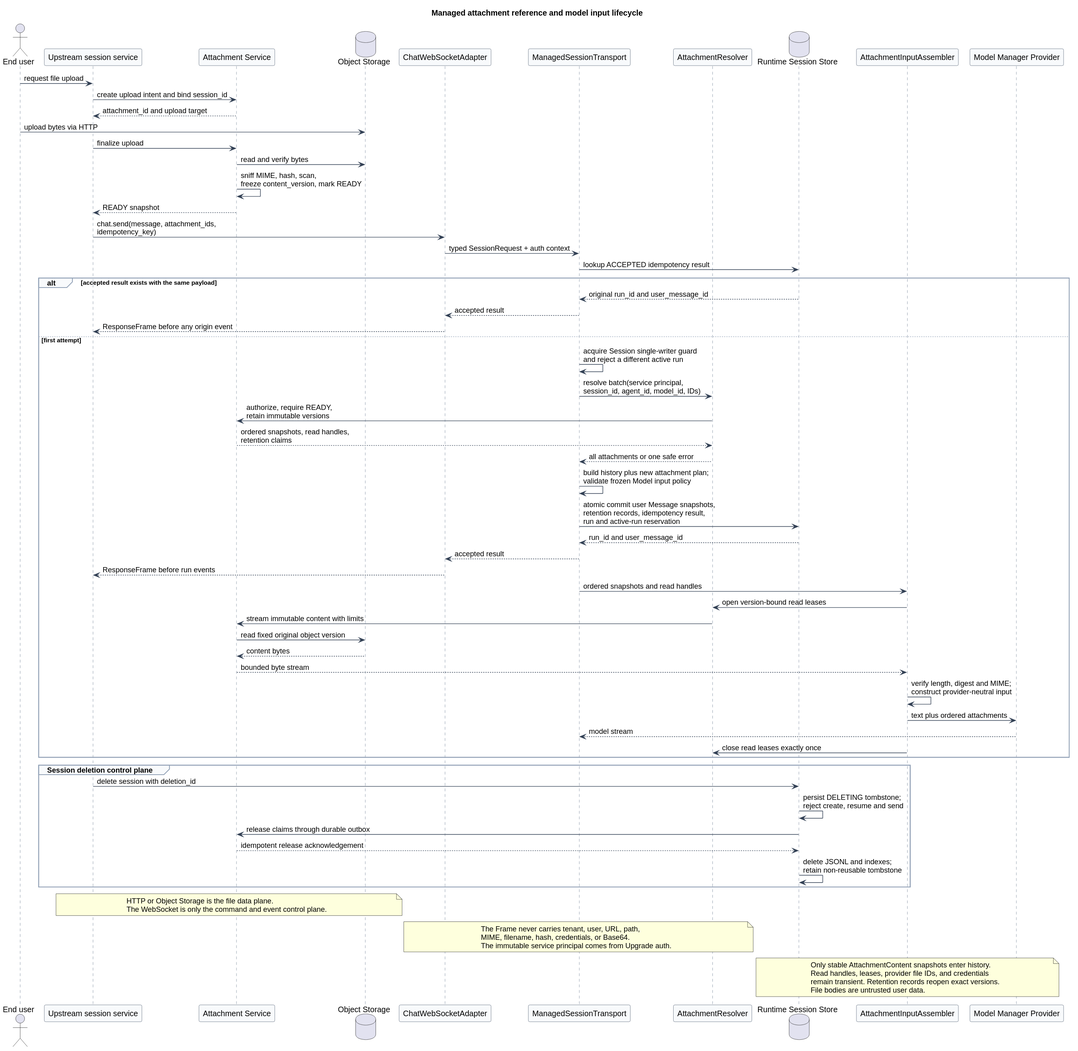
This is pi-mono-java-manager-driven-multi-agent-runtime/managed_attachment_reference_lifecycle.svg from superheromeZzh/pi-mono-java-design, a PlantUML export, as it was before one commit. Source of this version:
```plantuml
@startuml
title Managed attachment reference and model input lifecycle


skinparam backgroundColor #FFFFFF
skinparam shadowing false
skinparam defaultFontName Arial
skinparam sequence {
  ArrowColor #334155
  LifeLineBorderColor #64748B
  LifeLineBackgroundColor #F8FAFC
  ParticipantBorderColor #475569
  ParticipantBackgroundColor #F8FAFC
  GroupBorderColor #94A3B8
  GroupBackgroundColor #F8FAFC
}

actor "End user" as User
participant "Upstream session service" as Upstream
participant "Attachment Service" as Attach
database "Object Storage" as ObjectStore
participant "ChatWebSocketAdapter" as WS
participant "ManagedSessionTransport" as Transport
participant "AttachmentResolver" as Resolver
database "Runtime Session Store" as Store
participant "AttachmentInputAssembler" as Assembler
participant "Model Manager Provider" as Model

User -> Upstream : request file upload
Upstream -> Attach : create upload intent and bind session_id
Attach --> Upstream : attachment_id and upload target
User -> ObjectStore : upload bytes via HTTP
Upstream -> Attach : finalize upload
Attach -> ObjectStore : read and verify bytes
Attach -> Attach : sniff MIME, hash, scan,\nfreeze content_version, mark READY
Attach --> Upstream : READY snapshot

Upstream -> WS : chat.send(message, attachment_ids,\nidempotency_key)
WS -> Transport : typed SessionRequest + auth context
Transport -> Store : lookup ACCEPTED idempotency result

alt accepted result exists with the same payload
  Store --> Transport : original run_id and user_message_id
  Transport --> WS : accepted result
  WS --> Upstream : ResponseFrame before any origin event
else first attempt
  Transport -> Transport : acquire Session single-writer guard\nand reject a different active run
  Transport -> Resolver : resolve batch(service principal,\nsession_id, agent_id, model_id, IDs)
  Resolver -> Attach : authorize, require READY,\nretain immutable versions
  Attach --> Resolver : ordered snapshots, read handles,\nretention claims
  Resolver --> Transport : all attachments or one safe error
  Transport -> Transport : build history plus new attachment plan;\nvalidate frozen Model input policy
  Transport -> Store : atomic commit user Message snapshots,\nretention records, idempotency result,\nrun and active-run reservation
  Store --> Transport : run_id and user_message_id
  Transport --> WS : accepted result
  WS --> Upstream : ResponseFrame before run events

  Transport -> Assembler : ordered snapshots and read handles
  Assembler -> Resolver : open version-bound read leases
  Resolver -> Attach : stream immutable content with limits
  Attach -> ObjectStore : read fixed original object version
  ObjectStore --> Attach : content bytes
  Attach --> Assembler : bounded byte stream
  Assembler -> Assembler : verify length, digest and MIME;\nconstruct provider-neutral input
  Assembler -> Model : text plus ordered attachments
  Model --> Transport : model stream
  Assembler -> Resolver : close read leases exactly once
end

group Session deletion control plane
  Upstream -> Store : delete session with deletion_id
  Store -> Store : persist DELETING tombstone;\nreject create, resume and send
  Store -> Attach : release claims through durable outbox
  Attach --> Store : idempotent release acknowledgement
  Store -> Store : delete JSONL and indexes;\nretain non-reusable tombstone
end

note over Upstream,ObjectStore
HTTP or Object Storage is the file data plane.
The WebSocket is only the command and event control plane.
end note

note over WS,Resolver
The Frame never carries tenant, user, URL, path,
MIME, filename, hash, credentials, or Base64.
The immutable service principal comes from Upgrade auth.
end note

note over Store,Model
Only stable AttachmentContent snapshots enter history.
Read handles, leases, provider file IDs, and credentials
remain transient. Retention records reopen exact versions.
File bodies are untrusted user data.
end note
@enduml
```
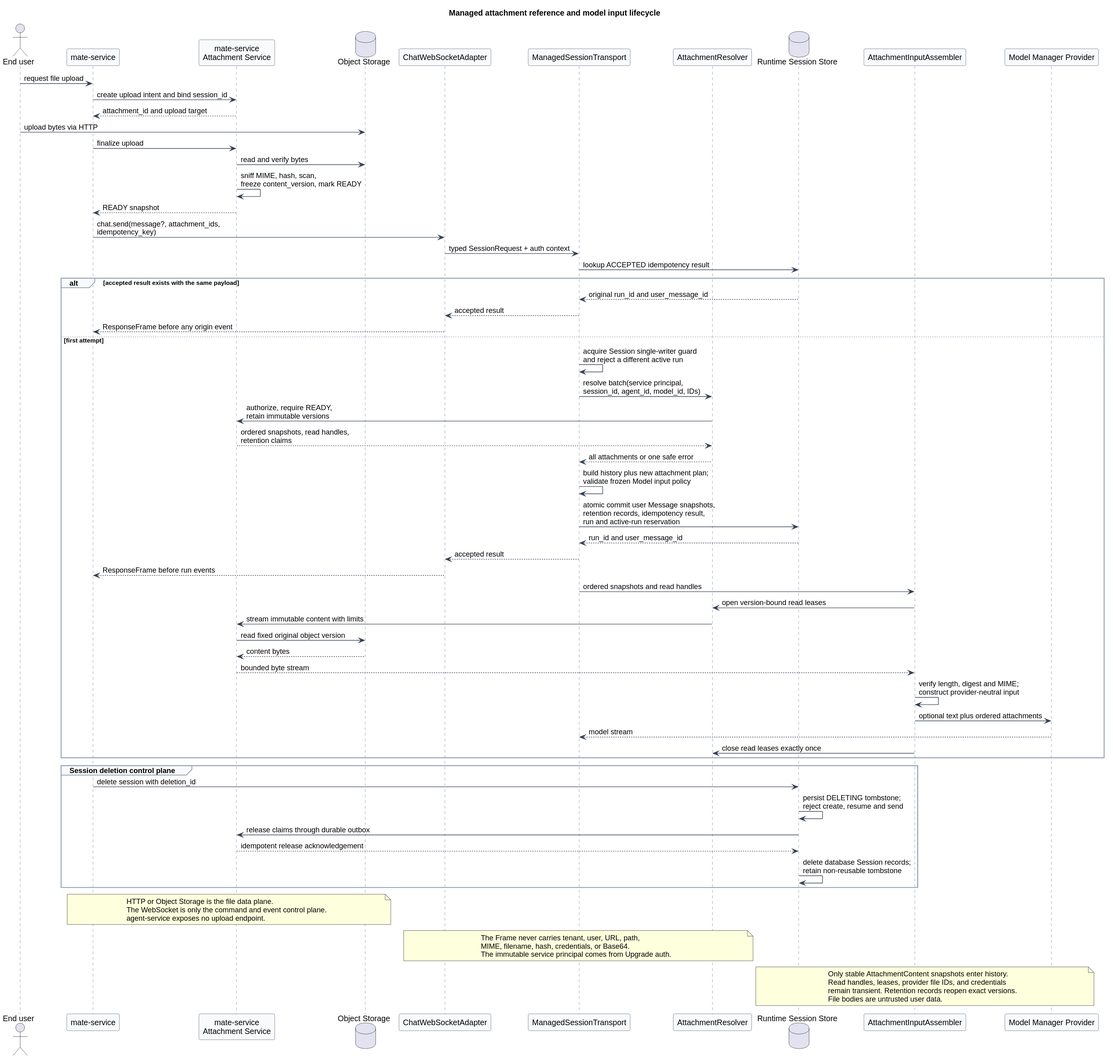
The same diagram one commit later.

The edit, as a diff of the source:
```diff
@@ -16,8 +16,8 @@
 }
 
 actor "End user" as User
-participant "Upstream session service" as Upstream
-participant "Attachment Service" as Attach
+participant "mate-service" as Upstream
+participant "mate-service\nAttachment Service" as Attach
 database "Object Storage" as ObjectStore
 participant "ChatWebSocketAdapter" as WS
 participant "ManagedSessionTransport" as Transport
@@ -35,7 +35,7 @@
 Attach -> Attach : sniff MIME, hash, scan,\nfreeze content_version, mark READY
 Attach --> Upstream : READY snapshot
 
-Upstream -> WS : chat.send(message, attachment_ids,\nidempotency_key)
+Upstream -> WS : chat.send(message?, attachment_ids,\nidempotency_key)
 WS -> Transport : typed SessionRequest + auth context
 Transport -> Store : lookup ACCEPTED idempotency result
 
@@ -62,7 +62,7 @@
   ObjectStore --> Attach : content bytes
   Attach --> Assembler : bounded byte stream
   Assembler -> Assembler : verify length, digest and MIME;\nconstruct provider-neutral input
-  Assembler -> Model : text plus ordered attachments
+  Assembler -> Model : optional text plus ordered attachments
   Model --> Transport : model stream
   Assembler -> Resolver : close read leases exactly once
 end
@@ -72,12 +72,13 @@
   Store -> Store : persist DELETING tombstone;\nreject create, resume and send
   Store -> Attach : release claims through durable outbox
   Attach --> Store : idempotent release acknowledgement
-  Store -> Store : delete JSONL and indexes;\nretain non-reusable tombstone
+  Store -> Store : delete database Session records;\nretain non-reusable tombstone
 end
 
 note over Upstream,ObjectStore
 HTTP or Object Storage is the file data plane.
 The WebSocket is only the command and event control plane.
+agent-service exposes no upload endpoint.
 end note
 
 note over WS,Resolver
```
